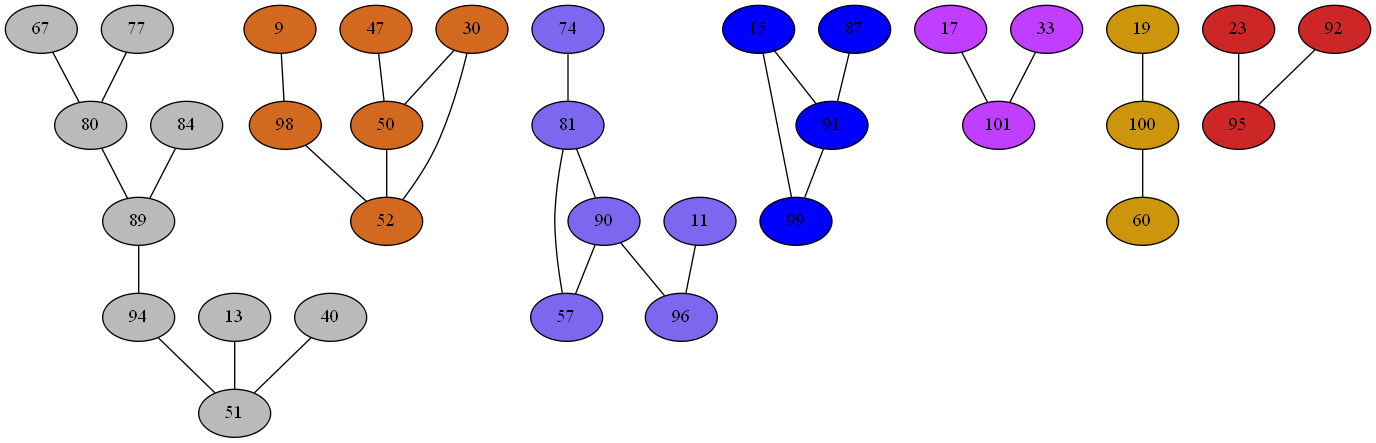
Above: Compiler/13phiGraph.png in mbajaj92/Project-Astoria (Graphviz), before the change. Its source is kept beside it as Compiler/13phiGraph.dot.
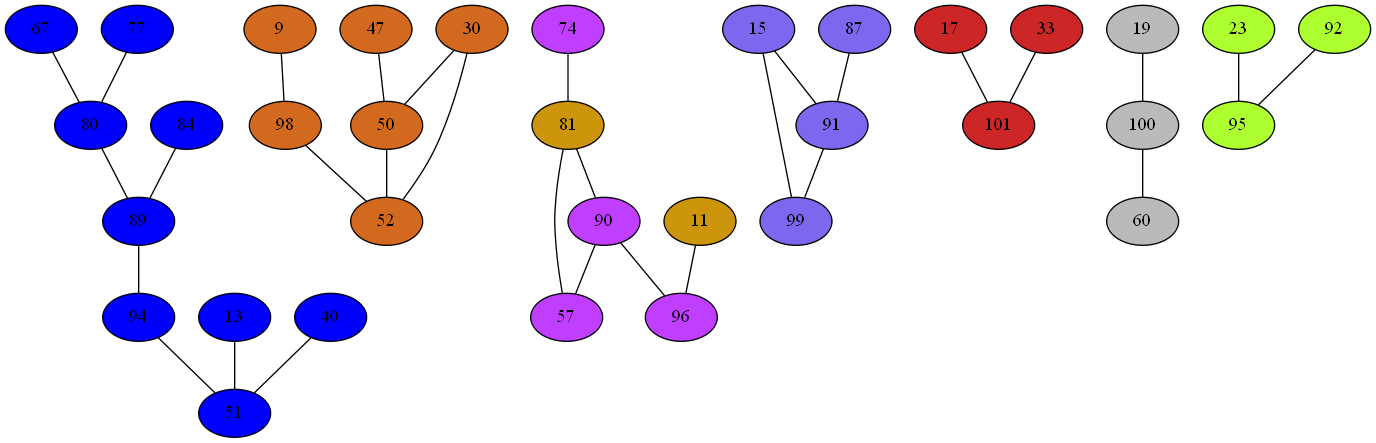
Above is the later version.

Diff of the diagram source:
```diff
@@ -1,78 +1,78 @@
 strict graph {
-67[label="67" style=filled fillcolor="gray73"];
+67[label="67" style=filled fillcolor="blue1"];
 67 -- 80
 9[label="9" style=filled fillcolor="chocolate"];
 9 -- 98
-74[label="74" style=filled fillcolor="mediumslateblue"];
+74[label="74" style=filled fillcolor="darkorchid1"];
 74 -- 81
-11[label="11" style=filled fillcolor="mediumslateblue"];
+11[label="11" style=filled fillcolor="darkgoldenrod3"];
 11 -- 96
-77[label="77" style=filled fillcolor="gray73"];
+77[label="77" style=filled fillcolor="blue1"];
 77 -- 80
-13[label="13" style=filled fillcolor="gray73"];
+13[label="13" style=filled fillcolor="blue1"];
 13 -- 51
-15[label="15" style=filled fillcolor="blue1"];
+15[label="15" style=filled fillcolor="mediumslateblue"];
 15 -- 99
 15 -- 91
-80[label="80" style=filled fillcolor="gray73"];
+80[label="80" style=filled fillcolor="blue1"];
 80 -- 67
 80 -- 89
 80 -- 77
-17[label="17" style=filled fillcolor="darkorchid1"];
+17[label="17" style=filled fillcolor="firebrick3"];
 17 -- 101
-81[label="81" style=filled fillcolor="mediumslateblue"];
+81[label="81" style=filled fillcolor="darkgoldenrod3"];
 81 -- 57
 81 -- 90
 81 -- 74
-19[label="19" style=filled fillcolor="darkgoldenrod3"];
+19[label="19" style=filled fillcolor="gray73"];
 19 -- 100
-84[label="84" style=filled fillcolor="gray73"];
+84[label="84" style=filled fillcolor="blue1"];
 84 -- 89
-23[label="23" style=filled fillcolor="firebrick3"];
+23[label="23" style=filled fillcolor="greenyellow"];
 23 -- 95
-87[label="87" style=filled fillcolor="blue1"];
+87[label="87" style=filled fillcolor="mediumslateblue"];
 87 -- 91
-89[label="89" style=filled fillcolor="gray73"];
+89[label="89" style=filled fillcolor="blue1"];
 89 -- 80
 89 -- 84
 89 -- 94
-90[label="90" style=filled fillcolor="mediumslateblue"];
+90[label="90" style=filled fillcolor="darkorchid1"];
 90 -- 96
 90 -- 81
 90 -- 57
-91[label="91" style=filled fillcolor="blue1"];
+91[label="91" style=filled fillcolor="mediumslateblue"];
 91 -- 99
 91 -- 87
 91 -- 15
-92[label="92" style=filled fillcolor="firebrick3"];
+92[label="92" style=filled fillcolor="greenyellow"];
 92 -- 95
-94[label="94" style=filled fillcolor="gray73"];
+94[label="94" style=filled fillcolor="blue1"];
 94 -- 51
 94 -- 89
 30[label="30" style=filled fillcolor="chocolate"];
 30 -- 50
 30 -- 52
-95[label="95" style=filled fillcolor="firebrick3"];
+95[label="95" style=filled fillcolor="greenyellow"];
 95 -- 23
 95 -- 92
-96[label="96" style=filled fillcolor="mediumslateblue"];
+96[label="96" style=filled fillcolor="darkorchid1"];
 96 -- 90
 96 -- 11
-33[label="33" style=filled fillcolor="darkorchid1"];
+33[label="33" style=filled fillcolor="firebrick3"];
 33 -- 101
 98[label="98" style=filled fillcolor="chocolate"];
 98 -- 52
 98 -- 9
-99[label="99" style=filled fillcolor="blue1"];
+99[label="99" style=filled fillcolor="mediumslateblue"];
 99 -- 91
 99 -- 15
-100[label="100" style=filled fillcolor="darkgoldenrod3"];
+100[label="100" style=filled fillcolor="gray73"];
 100 -- 19
 100 -- 60
-101[label="101" style=filled fillcolor="darkorchid1"];
+101[label="101" style=filled fillcolor="firebrick3"];
 101 -- 33
 101 -- 17
-40[label="40" style=filled fillcolor="gray73"];
+40[label="40" style=filled fillcolor="blue1"];
 40 -- 51
 47[label="47" style=filled fillcolor="chocolate"];
 47 -- 50
@@ -80,7 +80,7 @@
 50 -- 52
 50 -- 30
 50 -- 47
-51[label="51" style=filled fillcolor="gray73"];
+51[label="51" style=filled fillcolor="blue1"];
 51 -- 40
 51 -- 13
 51 -- 94
@@ -88,9 +88,9 @@
 52 -- 98
 52 -- 50
 52 -- 30
-57[label="57" style=filled fillcolor="mediumslateblue"];
+57[label="57" style=filled fillcolor="darkorchid1"];
 57 -- 81
 57 -- 90
-60[label="60" style=filled fillcolor="darkgoldenrod3"];
+60[label="60" style=filled fillcolor="gray73"];
 60 -- 100
 }
```
